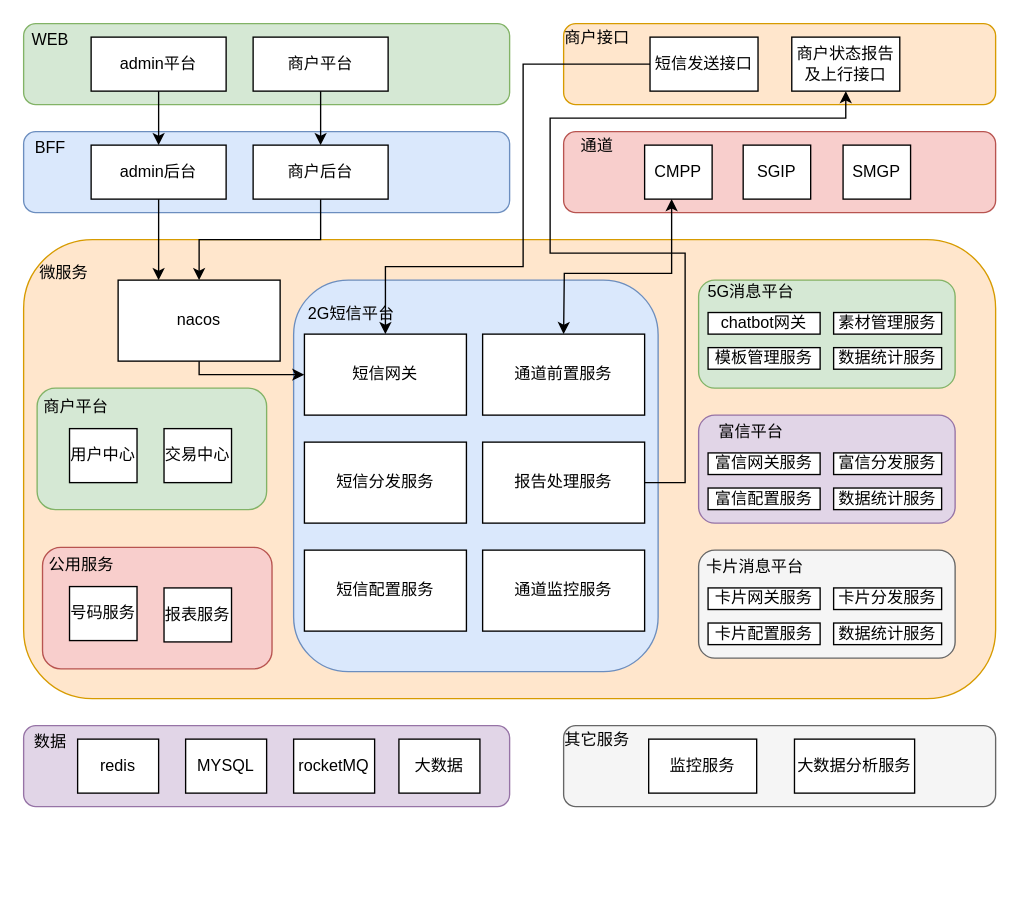
Before: 短信平台架构设计.drawio in noarter/flow-chart, a draw.io diagram. Source tidied: cells renumbered, new cells numbered last; positions are measured from the earlier drawing's top-left corner, leaving out a move shared by most shapes. Both pictures are drawn from the tidied source at 135%, with x=0, y=0 at pixel (23, 23).
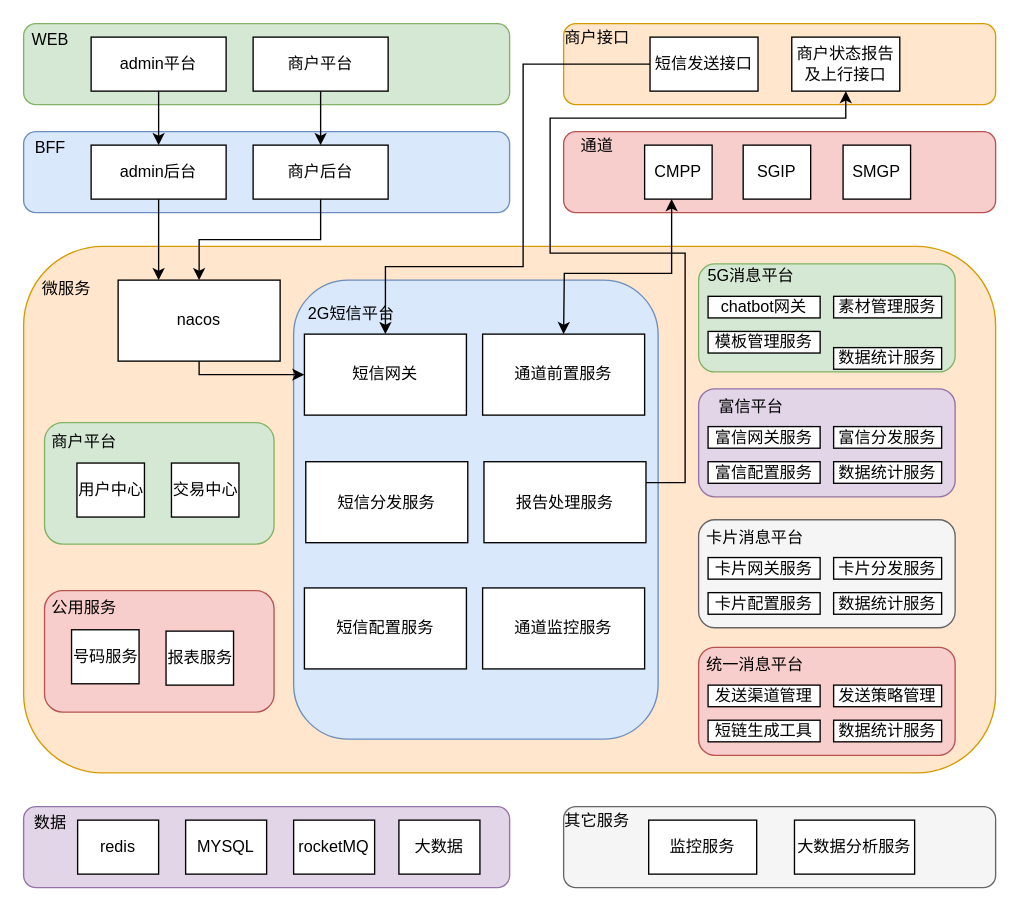
The same diagram, later.

Commit message:
更新短信平台架构设计.drawio

What changed in the source:
```diff
@@
     <mxCell id="2" style="rounded=1;whiteSpace=wrap;html=1;shadow=0;glass=0;sketch=0;strokeColor=#d79b00;fillColor=#ffe6cc;" parent="1" vertex="1">
-      <mxGeometry y="160" width="720" height="340" as="geometry" />
+      <mxGeometry y="165" width="720" height="390" as="geometry" />
     </mxCell>
@@
     <mxCell id="4" style="rounded=1;whiteSpace=wrap;html=1;shadow=0;glass=0;sketch=0;strokeColor=#6c8ebf;fillColor=#dae8fc;" parent="1" vertex="1">
-      <mxGeometry x="200" y="190" width="270" height="290" as="geometry" />
+      <mxGeometry x="200" y="190" width="270" height="340" as="geometry" />
     </mxCell>
@@
     <mxCell id="26" style="rounded=1;whiteSpace=wrap;html=1;shadow=0;glass=0;sketch=0;strokeColor=#9673a6;fillColor=#e1d5e7;" parent="1" vertex="1">
-      <mxGeometry y="520" width="360" height="60" as="geometry" />
+      <mxGeometry y="580" width="360" height="60" as="geometry" />
     </mxCell>
     <mxCell id="27" style="rounded=1;whiteSpace=wrap;html=1;shadow=0;glass=0;sketch=0;strokeColor=#666666;fillColor=#f5f5f5;fontColor=#333333;" parent="1" vertex="1">
-      <mxGeometry x="400" y="520" width="320" height="60" as="geometry" />
+      <mxGeometry x="400" y="580" width="320" height="60" as="geometry" />
     </mxCell>
     <mxCell id="28" value="数据" style="text;html=1;strokeColor=none;fillColor=none;align=center;verticalAlign=middle;whiteSpace=wrap;rounded=0;" parent="1" vertex="1">
-      <mxGeometry y="522" width="40" height="20" as="geometry" />
+      <mxGeometry y="582" width="40" height="20" as="geometry" />
     </mxCell>
     <mxCell id="29" value="其它服务" style="text;html=1;strokeColor=none;fillColor=none;align=center;verticalAlign=middle;whiteSpace=wrap;rounded=0;" parent="1" vertex="1">
-      <mxGeometry x="400" y="521" width="50" height="20" as="geometry" />
+      <mxGeometry x="400" y="581" width="50" height="20" as="geometry" />
     </mxCell>
     <mxCell id="30" value="redis" style="rounded=0;whiteSpace=wrap;html=1;shadow=0;glass=0;sketch=0;strokeColor=default;gradientColor=none;" parent="1" vertex="1">
-      <mxGeometry x="40" y="530" width="60" height="40" as="geometry" />
+      <mxGeometry x="40" y="590" width="60" height="40" as="geometry" />
     </mxCell>
     <mxCell id="31" value="MYSQL" style="rounded=0;whiteSpace=wrap;html=1;shadow=0;glass=0;sketch=0;strokeColor=default;gradientColor=none;" parent="1" vertex="1">
-      <mxGeometry x="120" y="530" width="60" height="40" as="geometry" />
+      <mxGeometry x="120" y="590" width="60" height="40" as="geometry" />
     </mxCell>
     <mxCell id="32" value="监控服务" style="rounded=0;whiteSpace=wrap;html=1;shadow=0;glass=0;sketch=0;strokeColor=default;gradientColor=none;" parent="1" vertex="1">
-      <mxGeometry x="463" y="530" width="80" height="40" as="geometry" />
+      <mxGeometry x="463" y="590" width="80" height="40" as="geometry" />
     </mxCell>
     <mxCell id="33" value="大数据分析服务" style="rounded=0;whiteSpace=wrap;html=1;shadow=0;glass=0;sketch=0;strokeColor=default;gradientColor=none;" parent="1" vertex="1">
-      <mxGeometry x="571" y="530" width="89" height="40" as="geometry" />
+      <mxGeometry x="571" y="590" width="89" height="40" as="geometry" />
     </mxCell>
     <mxCell id="34" value="微服务" style="text;html=1;strokeColor=none;fillColor=none;align=center;verticalAlign=middle;whiteSpace=wrap;rounded=0;" parent="1" vertex="1">
-      <mxGeometry y="170" width="60" height="30" as="geometry" />
+      <mxGeometry x="2" y="182" width="60" height="30" as="geometry" />
     </mxCell>
     <mxCell id="35" style="rounded=1;whiteSpace=wrap;html=1;shadow=0;glass=0;sketch=0;strokeColor=#82b366;fillColor=#d5e8d4;" parent="1" vertex="1">
-      <mxGeometry x="10" y="270" width="170" height="90" as="geometry" />
+      <mxGeometry x="15.5" y="295.5" width="170" height="90" as="geometry" />
     </mxCell>
     <mxCell id="36" style="rounded=1;whiteSpace=wrap;html=1;shadow=0;glass=0;sketch=0;strokeColor=#b85450;fillColor=#f8cecc;" parent="1" vertex="1">
-      <mxGeometry x="14" y="388" width="170" height="90" as="geometry" />
+      <mxGeometry x="15.5" y="420" width="170" height="90" as="geometry" />
     </mxCell>
     <mxCell id="37" style="rounded=1;whiteSpace=wrap;html=1;shadow=0;glass=0;sketch=0;strokeColor=#82b366;fillColor=#d5e8d4;" parent="1" vertex="1">
-      <mxGeometry x="500" y="190" width="190" height="80" as="geometry" />
+      <mxGeometry x="500" y="178" width="190" height="80" as="geometry" />
     </mxCell>
     <mxCell id="38" style="rounded=1;whiteSpace=wrap;html=1;shadow=0;glass=0;sketch=0;strokeColor=#9673a6;fillColor=#e1d5e7;" parent="1" vertex="1">
-      <mxGeometry x="500" y="290" width="190" height="80" as="geometry" />
+      <mxGeometry x="500" y="270.5" width="190" height="80" as="geometry" />
     </mxCell>
     <mxCell id="39" style="rounded=1;whiteSpace=wrap;html=1;shadow=0;glass=0;sketch=0;strokeColor=#666666;fillColor=#f5f5f5;fontColor=#333333;" parent="1" vertex="1">
-      <mxGeometry x="500" y="390" width="190" height="80" as="geometry" />
+      <mxGeometry x="500" y="367.5" width="190" height="80" as="geometry" />
     </mxCell>
     <mxCell id="40" value="用户中心" style="rounded=0;whiteSpace=wrap;html=1;shadow=0;glass=0;sketch=0;strokeColor=default;gradientColor=none;" parent="1" vertex="1">
-      <mxGeometry x="34" y="300" width="50" height="40" as="geometry" />
+      <mxGeometry x="39.5" y="325.5" width="50" height="40" as="geometry" />
     </mxCell>
     <mxCell id="41" value="交易中心" style="rounded=0;whiteSpace=wrap;html=1;shadow=0;glass=0;sketch=0;strokeColor=default;gradientColor=none;" parent="1" vertex="1">
-      <mxGeometry x="104" y="300" width="50" height="40" as="geometry" />
+      <mxGeometry x="109.5" y="325.5" width="50" height="40" as="geometry" />
     </mxCell>
     <mxCell id="42" value="号码服务" style="rounded=0;whiteSpace=wrap;html=1;shadow=0;glass=0;sketch=0;strokeColor=default;gradientColor=none;" parent="1" vertex="1">
-      <mxGeometry x="34" y="417" width="50" height="40" as="geometry" />
+      <mxGeometry x="35.5" y="449" width="50" height="40" as="geometry" />
     </mxCell>
     <mxCell id="43" value="报表服务" style="rounded=0;whiteSpace=wrap;html=1;shadow=0;glass=0;sketch=0;strokeColor=default;gradientColor=none;" parent="1" vertex="1">
-      <mxGeometry x="104" y="418" width="50" height="40" as="geometry" />
+      <mxGeometry x="105.5" y="450" width="50" height="40" as="geometry" />
     </mxCell>
     <mxCell id="44" value="商户平台" style="text;html=1;strokeColor=none;fillColor=none;align=center;verticalAlign=middle;whiteSpace=wrap;rounded=0;" parent="1" vertex="1">
-      <mxGeometry x="9" y="269" width="60" height="30" as="geometry" />
+      <mxGeometry x="14.5" y="294.5" width="60" height="30" as="geometry" />
     </mxCell>
     <mxCell id="45" value="公用服务" style="text;html=1;strokeColor=none;fillColor=none;align=center;verticalAlign=middle;whiteSpace=wrap;rounded=0;" parent="1" vertex="1">
-      <mxGeometry x="13" y="386" width="60" height="30" as="geometry" />
+      <mxGeometry x="14.5" y="418" width="60" height="30" as="geometry" />
     </mxCell>
@@
     <mxCell id="50" value="短信分发服务" style="rounded=0;whiteSpace=wrap;html=1;shadow=0;glass=0;sketch=0;strokeColor=default;gradientColor=none;" parent="1" vertex="1">
-      <mxGeometry x="208" y="310" width="120" height="60" as="geometry" />
+      <mxGeometry x="209" y="324.5" width="120" height="60" as="geometry" />
     </mxCell>
     <mxCell id="51" value="短信配置服务" style="rounded=0;whiteSpace=wrap;html=1;shadow=0;glass=0;sketch=0;strokeColor=default;gradientColor=none;" parent="1" vertex="1">
-      <mxGeometry x="208" y="390" width="120" height="60" as="geometry" />
+      <mxGeometry x="208" y="418" width="120" height="60" as="geometry" />
     </mxCell>
@@
     <mxCell id="54" value="报告处理服务" style="rounded=0;whiteSpace=wrap;html=1;shadow=0;glass=0;sketch=0;strokeColor=default;gradientColor=none;" parent="1" vertex="1">
-      <mxGeometry x="340" y="310" width="120" height="60" as="geometry" />
+      <mxGeometry x="341" y="324.5" width="120" height="60" as="geometry" />
     </mxCell>
     <mxCell id="55" value="通道监控服务" style="rounded=0;whiteSpace=wrap;html=1;shadow=0;glass=0;sketch=0;strokeColor=default;gradientColor=none;" parent="1" vertex="1">
-      <mxGeometry x="340" y="390" width="120" height="60" as="geometry" />
+      <mxGeometry x="340" y="418" width="120" height="60" as="geometry" />
     </mxCell>
     <mxCell id="56" value="5G消息平台" style="text;html=1;strokeColor=none;fillColor=none;align=center;verticalAlign=middle;whiteSpace=wrap;rounded=0;" parent="1" vertex="1">
-      <mxGeometry x="504" y="184" width="70" height="30" as="geometry" />
+      <mxGeometry x="504" y="172" width="70" height="30" as="geometry" />
     </mxCell>
     <mxCell id="57" value="chatbot网关" style="rounded=0;whiteSpace=wrap;html=1;shadow=0;glass=0;sketch=0;strokeColor=default;gradientColor=none;" parent="1" vertex="1">
-      <mxGeometry x="507" y="214" width="83" height="16" as="geometry" />
+      <mxGeometry x="507" y="202" width="83" height="16" as="geometry" />
     </mxCell>
     <mxCell id="58" value="素材管理服务" style="rounded=0;whiteSpace=wrap;html=1;shadow=0;glass=0;sketch=0;strokeColor=default;gradientColor=none;" parent="1" vertex="1">
-      <mxGeometry x="600" y="214" width="80" height="16" as="geometry" />
+      <mxGeometry x="600" y="202" width="80" height="16" as="geometry" />
     </mxCell>
     <mxCell id="59" value="模板管理服务" style="rounded=0;whiteSpace=wrap;html=1;shadow=0;glass=0;sketch=0;strokeColor=default;gradientColor=none;" parent="1" vertex="1">
-      <mxGeometry x="507" y="240" width="83" height="16" as="geometry" />
+      <mxGeometry x="507" y="228" width="83" height="16" as="geometry" />
     </mxCell>
@@
     <mxCell id="61" value="卡片消息平台" style="text;html=1;strokeColor=none;fillColor=none;align=center;verticalAlign=middle;whiteSpace=wrap;rounded=0;" parent="1" vertex="1">
-      <mxGeometry x="504" y="388" width="76" height="30" as="geometry" />
+      <mxGeometry x="504" y="365.5" width="76" height="30" as="geometry" />
     </mxCell>
     <mxCell id="62" value="卡片网关服务" style="rounded=0;whiteSpace=wrap;html=1;shadow=0;glass=0;sketch=0;strokeColor=default;gradientColor=none;" parent="1" vertex="1">
-      <mxGeometry x="507" y="418" width="83" height="16" as="geometry" />
+      <mxGeometry x="507" y="395.5" width="83" height="16" as="geometry" />
     </mxCell>
     <mxCell id="63" value="卡片分发服务" style="rounded=0;whiteSpace=wrap;html=1;shadow=0;glass=0;sketch=0;strokeColor=default;gradientColor=none;" parent="1" vertex="1">
-      <mxGeometry x="600" y="418" width="80" height="16" as="geometry" />
+      <mxGeometry x="600" y="395.5" width="80" height="16" as="geometry" />
     </mxCell>
     <mxCell id="64" value="卡片配置服务" style="rounded=0;whiteSpace=wrap;html=1;shadow=0;glass=0;sketch=0;strokeColor=default;gradientColor=none;" parent="1" vertex="1">
-      <mxGeometry x="507" y="444" width="83" height="16" as="geometry" />
+      <mxGeometry x="507" y="421.5" width="83" height="16" as="geometry" />
     </mxCell>
     <mxCell id="65" value="数据统计服务" style="rounded=0;whiteSpace=wrap;html=1;shadow=0;glass=0;sketch=0;strokeColor=default;gradientColor=none;" parent="1" vertex="1">
-      <mxGeometry x="600" y="444" width="80" height="16" as="geometry" />
+      <mxGeometry x="600" y="421.5" width="80" height="16" as="geometry" />
     </mxCell>
     <mxCell id="66" value="富信平台" style="text;html=1;strokeColor=none;fillColor=none;align=center;verticalAlign=middle;whiteSpace=wrap;rounded=0;" parent="1" vertex="1">
-      <mxGeometry x="504" y="288" width="70" height="30" as="geometry" />
+      <mxGeometry x="504" y="268.5" width="70" height="30" as="geometry" />
     </mxCell>
     <mxCell id="67" value="富信网关服务" style="rounded=0;whiteSpace=wrap;html=1;shadow=0;glass=0;sketch=0;strokeColor=default;gradientColor=none;" parent="1" vertex="1">
-      <mxGeometry x="507" y="318" width="83" height="16" as="geometry" />
+      <mxGeometry x="507" y="298.5" width="83" height="16" as="geometry" />
     </mxCell>
     <mxCell id="68" value="富信分发服务" style="rounded=0;whiteSpace=wrap;html=1;shadow=0;glass=0;sketch=0;strokeColor=default;gradientColor=none;" parent="1" vertex="1">
-      <mxGeometry x="600" y="318" width="80" height="16" as="geometry" />
+      <mxGeometry x="600" y="298.5" width="80" height="16" as="geometry" />
     </mxCell>
     <mxCell id="69" value="富信配置服务" style="rounded=0;whiteSpace=wrap;html=1;shadow=0;glass=0;sketch=0;strokeColor=default;gradientColor=none;" parent="1" vertex="1">
-      <mxGeometry x="507" y="344" width="83" height="16" as="geometry" />
+      <mxGeometry x="507" y="324.5" width="83" height="16" as="geometry" />
     </mxCell>
     <mxCell id="70" value="数据统计服务" style="rounded=0;whiteSpace=wrap;html=1;shadow=0;glass=0;sketch=0;strokeColor=default;gradientColor=none;" parent="1" vertex="1">
-      <mxGeometry x="600" y="344" width="80" height="16" as="geometry" />
+      <mxGeometry x="600" y="324.5" width="80" height="16" as="geometry" />
     </mxCell>
@@
     <mxCell id="72" value="rocketMQ" style="rounded=0;whiteSpace=wrap;html=1;shadow=0;glass=0;sketch=0;strokeColor=default;gradientColor=none;" parent="1" vertex="1">
-      <mxGeometry x="200" y="530" width="60" height="40" as="geometry" />
+      <mxGeometry x="200" y="590" width="60" height="40" as="geometry" />
     </mxCell>
     <mxCell id="73" value="大数据" style="rounded=0;whiteSpace=wrap;html=1;shadow=0;glass=0;sketch=0;strokeColor=default;gradientColor=none;" parent="1" vertex="1">
-      <mxGeometry x="278" y="530" width="60" height="40" as="geometry" />
+      <mxGeometry x="278" y="590" width="60" height="40" as="geometry" />
     </mxCell>
+    <mxCell id="74" style="rounded=1;whiteSpace=wrap;html=1;shadow=0;glass=0;sketch=0;strokeColor=#b85450;fillColor=#f8cecc;" parent="1" vertex="1">
+      <mxGeometry x="500" y="462" width="190" height="80" as="geometry" />
+    </mxCell>
+    <mxCell id="75" value="统一消息平台" style="text;html=1;strokeColor=none;fillColor=none;align=center;verticalAlign=middle;whiteSpace=wrap;rounded=0;" parent="1" vertex="1">
+      <mxGeometry x="504" y="460" width="76" height="30" as="geometry" />
+    </mxCell>
+    <mxCell id="76" value="发送渠道管理" style="rounded=0;whiteSpace=wrap;html=1;shadow=0;glass=0;sketch=0;strokeColor=default;gradientColor=none;" parent="1" vertex="1">
+      <mxGeometry x="507" y="490" width="83" height="16" as="geometry" />
+    </mxCell>
+    <mxCell id="77" value="发送策略管理" style="rounded=0;whiteSpace=wrap;html=1;shadow=0;glass=0;sketch=0;strokeColor=default;gradientColor=none;" parent="1" vertex="1">
+      <mxGeometry x="600" y="490" width="80" height="16" as="geometry" />
+    </mxCell>
+    <mxCell id="78" value="短链生成工具" style="rounded=0;whiteSpace=wrap;html=1;shadow=0;glass=0;sketch=0;strokeColor=default;gradientColor=none;" parent="1" vertex="1">
+      <mxGeometry x="507" y="516" width="83" height="16" as="geometry" />
+    </mxCell>
+    <mxCell id="79" value="数据统计服务" style="rounded=0;whiteSpace=wrap;html=1;shadow=0;glass=0;sketch=0;strokeColor=default;gradientColor=none;" parent="1" vertex="1">
+      <mxGeometry x="600" y="516" width="80" height="16" as="geometry" />
+    </mxCell>
```
